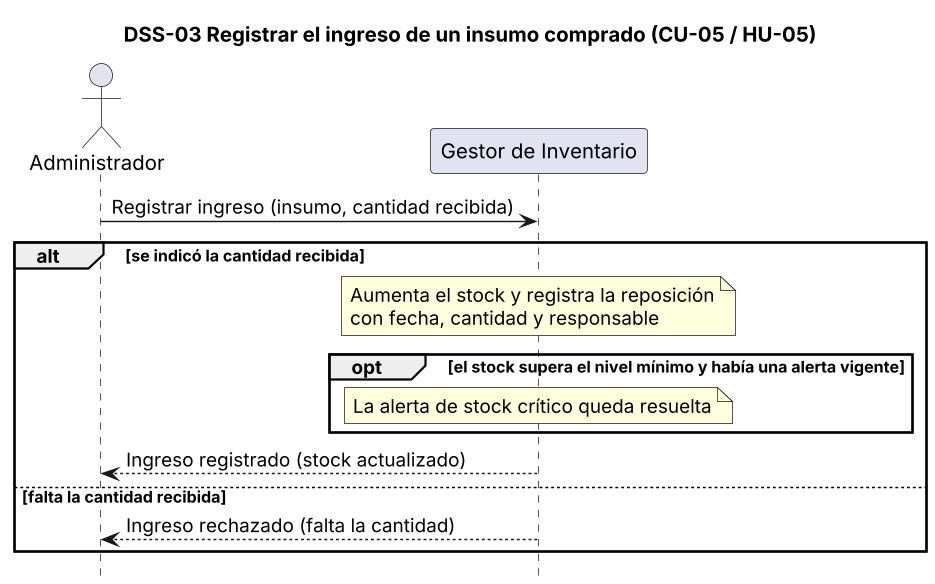
The PlantUML diagram diagramas/dss-03.png in lambtto/Gestor-Inventario-Brookie, before a commit.
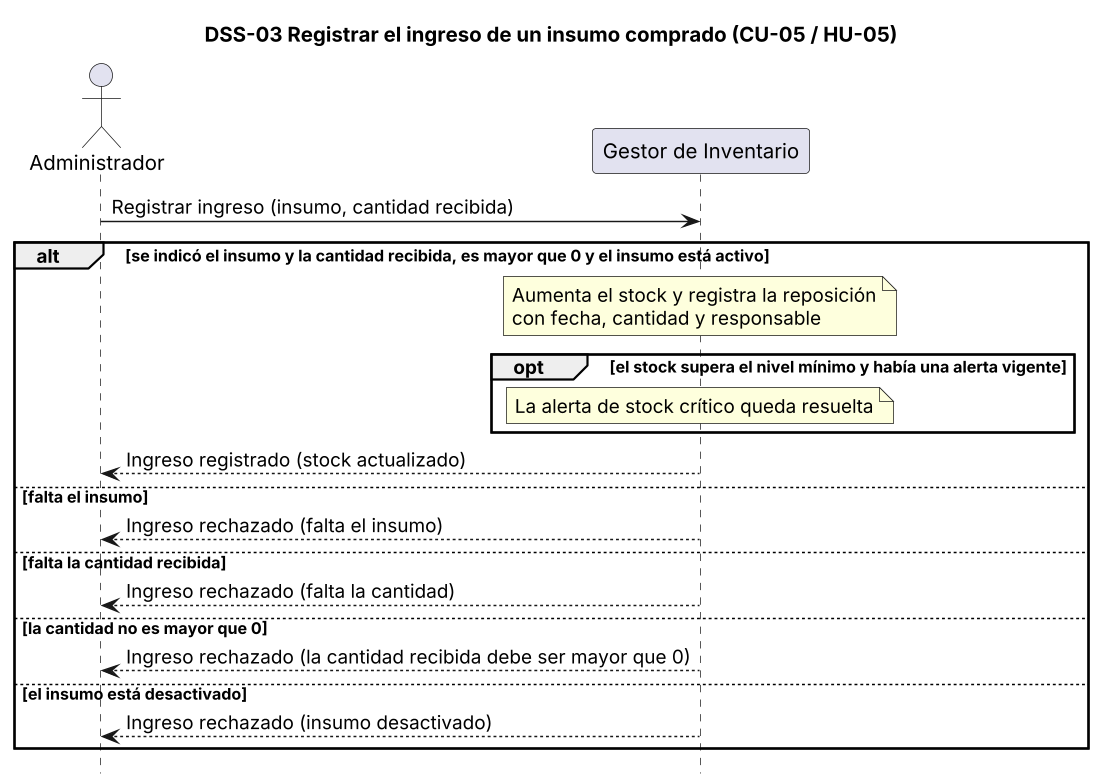
After the commit.

The edit, as a diff of the source:
```diff
@@ -6,13 +6,19 @@
 participant "Gestor de Inventario" as G
 
 Adm -> G : Registrar ingreso (insumo, cantidad recibida)
-alt se indicó la cantidad recibida
+alt se indicó el insumo y la cantidad recibida, es mayor que 0 y el insumo está activo
   note over G : Aumenta el stock y registra la reposición\ncon fecha, cantidad y responsable
   opt el stock supera el nivel mínimo y había una alerta vigente
     note over G : La alerta de stock crítico queda resuelta
   end
   G --> Adm : Ingreso registrado (stock actualizado)
+else falta el insumo
+  G --> Adm : Ingreso rechazado (falta el insumo)
 else falta la cantidad recibida
   G --> Adm : Ingreso rechazado (falta la cantidad)
+else la cantidad no es mayor que 0
+  G --> Adm : Ingreso rechazado (la cantidad recibida debe ser mayor que 0)
+else el insumo está desactivado
+  G --> Adm : Ingreso rechazado (insumo desactivado)
 end
 @enduml
```
